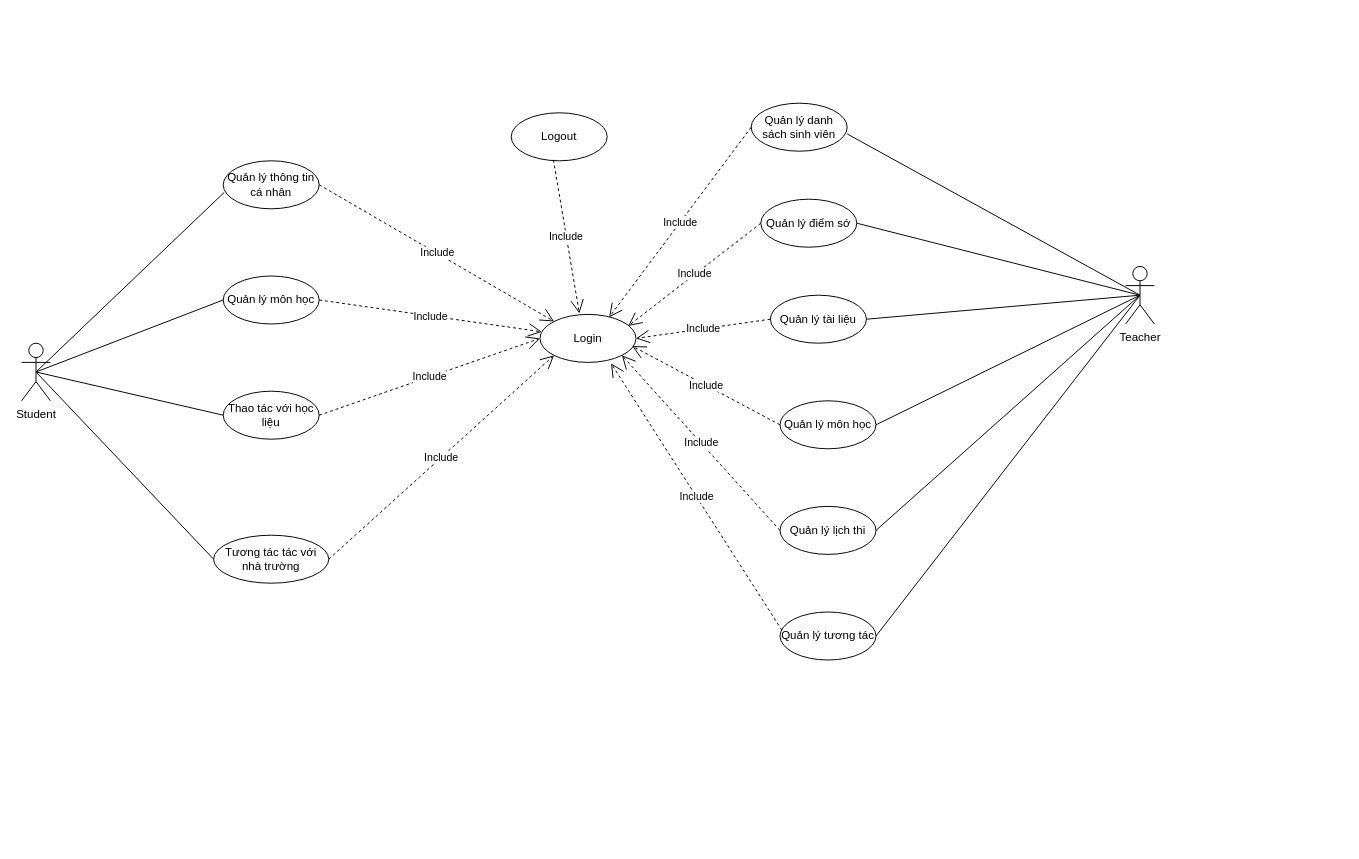
PaulNguyen02/SGULMS keeps this draw.io diagram as Usecase_total.drawio. Above is the earlier version. Source tidied: cells renumbered, new cells numbered last; positions are measured from the earlier drawing's top-left corner, leaving out a move shared by most shapes. Both pictures are drawn from the tidied source at 96%, with x=0, y=0 at pixel (21, 103).
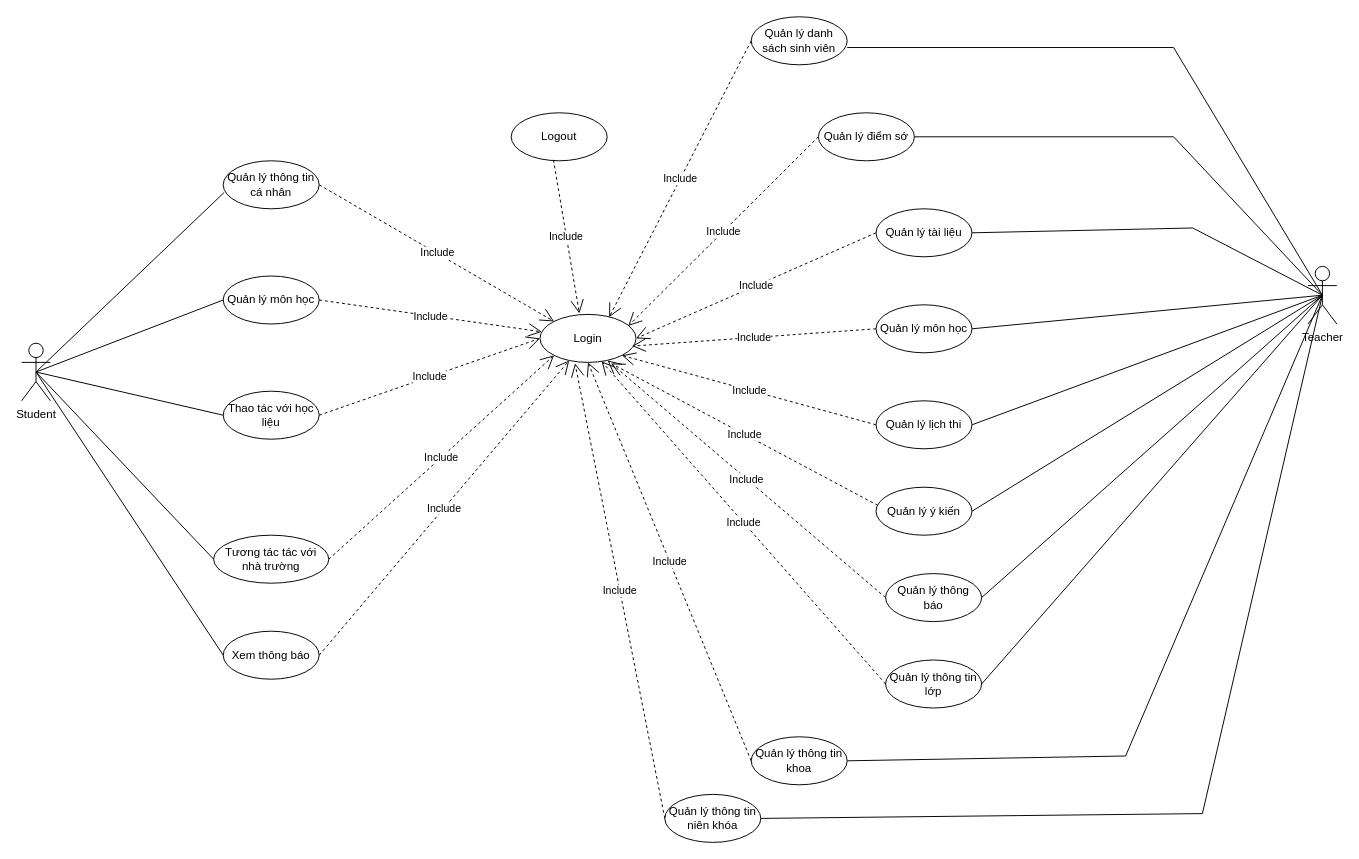
After the change.

The change refers to these unchanged cells:
```xml
<mxCell id="2" value="Student" style="shape=umlActor;verticalLabelPosition=bottom;verticalAlign=top;html=1;outlineConnect=0;" parent="1" vertex="1">
  <mxGeometry y="250" width="30" height="60" as="geometry" />
</mxCell>
<mxCell id="7" value="Login" style="ellipse;whiteSpace=wrap;html=1;" parent="1" vertex="1">
  <mxGeometry x="540" y="220" width="100" height="50" as="geometry" />
</mxCell>
```

Diff of the diagram source:
```diff
@@
     <mxCell id="3" value="Teacher" style="shape=umlActor;verticalLabelPosition=bottom;verticalAlign=top;html=1;outlineConnect=0;" parent="1" vertex="1">
-      <mxGeometry x="1150" y="170" width="30" height="60" as="geometry" />
+      <mxGeometry x="1340" y="170" width="30" height="60" as="geometry" />
     </mxCell>
@@
     <mxCell id="8" value="Quản lý danh sách sinh viên" style="ellipse;whiteSpace=wrap;html=1;" parent="1" vertex="1">
-      <mxGeometry x="760" width="100" height="50" as="geometry" />
+      <mxGeometry x="760" y="-90" width="100" height="50" as="geometry" />
     </mxCell>
     <mxCell id="9" value="Quản lý điểm sớ" style="ellipse;whiteSpace=wrap;html=1;" parent="1" vertex="1">
-      <mxGeometry x="770" y="100" width="100" height="50" as="geometry" />
+      <mxGeometry x="830" y="10" width="100" height="50" as="geometry" />
     </mxCell>
     <mxCell id="10" value="Quản lý tài liệu" style="ellipse;whiteSpace=wrap;html=1;" parent="1" vertex="1">
-      <mxGeometry x="780" y="200" width="100" height="50" as="geometry" />
+      <mxGeometry x="890" y="110" width="100" height="50" as="geometry" />
     </mxCell>
     <mxCell id="11" value="Quản lý môn học" style="ellipse;whiteSpace=wrap;html=1;" parent="1" vertex="1">
-      <mxGeometry x="790" y="310" width="100" height="50" as="geometry" />
+      <mxGeometry x="890" y="210" width="100" height="50" as="geometry" />
     </mxCell>
     <mxCell id="12" value="Quản lý lịch thi" style="ellipse;whiteSpace=wrap;html=1;" parent="1" vertex="1">
-      <mxGeometry x="790" y="420" width="100" height="50" as="geometry" />
+      <mxGeometry x="890" y="310" width="100" height="50" as="geometry" />
     </mxCell>
-    <mxCell id="13" value="Quản lý tương tác" style="ellipse;whiteSpace=wrap;html=1;" parent="1" vertex="1">
-      <mxGeometry x="790" y="530" width="100" height="50" as="geometry" />
+    <mxCell id="13" value="Quản lý ý kiến" style="ellipse;whiteSpace=wrap;html=1;" parent="1" vertex="1">
+      <mxGeometry x="890" y="400" width="100" height="50" as="geometry" />
     </mxCell>
@@
     <mxCell id="23" style="endArrow=none;html=1;rounded=0;exitX=1;exitY=0.64;exitDx=0;exitDy=0;exitPerimeter=0;entryX=0.5;entryY=0.5;entryDx=0;entryDy=0;entryPerimeter=0;" parent="1" edge="1" source="8" target="3">
-      <mxGeometry relative="1" as="geometry" />
+      <mxGeometry relative="1" as="geometry">
+        <Array as="points">
+          <mxPoint x="1200" y="-58" />
+        </Array>
+      </mxGeometry>
     </mxCell>
     <mxCell id="24" style="endArrow=none;html=1;rounded=0;exitX=1;exitY=0.5;exitDx=0;exitDy=0;entryX=0.5;entryY=0.5;entryDx=0;entryDy=0;entryPerimeter=0;" parent="1" edge="1" source="9" target="3">
-      <mxGeometry relative="1" as="geometry" />
+      <mxGeometry relative="1" as="geometry">
+        <Array as="points">
+          <mxPoint x="1200" y="35" />
+        </Array>
+      </mxGeometry>
     </mxCell>
     <mxCell id="25" style="endArrow=none;html=1;rounded=0;exitX=1;exitY=0.5;exitDx=0;exitDy=0;entryX=0.5;entryY=0.5;entryDx=0;entryDy=0;entryPerimeter=0;" parent="1" edge="1" source="10" target="3">
-      <mxGeometry relative="1" as="geometry" />
+      <mxGeometry relative="1" as="geometry">
+        <Array as="points">
+          <mxPoint x="1220" y="130" />
+        </Array>
+      </mxGeometry>
     </mxCell>
@@
+    <mxCell id="37" value="Quản lý thông báo" style="ellipse;whiteSpace=wrap;html=1;" parent="1" vertex="1">
+      <mxGeometry x="900" y="490" width="100" height="50" as="geometry" />
+    </mxCell>
+    <mxCell id="38" value="Xem thông báo" style="ellipse;whiteSpace=wrap;html=1;" parent="1" vertex="1">
+      <mxGeometry x="210" y="550" width="100" height="50" as="geometry" />
+    </mxCell>
+    <mxCell id="39" value="Quản lý thông tin lớp" style="ellipse;whiteSpace=wrap;html=1;" parent="1" vertex="1">
+      <mxGeometry x="900" y="580" width="100" height="50" as="geometry" />
+    </mxCell>
+    <mxCell id="40" value="Quản lý thông tin khoa" style="ellipse;whiteSpace=wrap;html=1;" parent="1" vertex="1">
+      <mxGeometry x="760" y="660" width="100" height="50" as="geometry" />
+    </mxCell>
+    <mxCell id="41" value="Quản lý thông tin niên khóa" style="ellipse;whiteSpace=wrap;html=1;" parent="1" vertex="1">
+      <mxGeometry x="670" y="720" width="100" height="50" as="geometry" />
+    </mxCell>
+    <mxCell id="42" value="Include" style="endArrow=open;endSize=12;dashed=1;html=1;rounded=0;exitX=0;exitY=0.5;exitDx=0;exitDy=0;entryX=0.704;entryY=0.958;entryDx=0;entryDy=0;entryPerimeter=0;" parent="1" edge="1" source="37" target="7">
+      <mxGeometry relative="1" as="geometry" />
+    </mxCell>
+    <mxCell id="43" value="Include" style="endArrow=open;endSize=12;dashed=1;html=1;rounded=0;exitX=0;exitY=0.5;exitDx=0;exitDy=0;entryX=0.642;entryY=0.978;entryDx=0;entryDy=0;entryPerimeter=0;" parent="1" edge="1" source="39" target="7">
+      <mxGeometry relative="1" as="geometry" />
+    </mxCell>
+    <mxCell id="44" value="Include" style="endArrow=open;endSize=12;dashed=1;html=1;rounded=0;exitX=0;exitY=0.5;exitDx=0;exitDy=0;entryX=0.5;entryY=1;entryDx=0;entryDy=0;" parent="1" edge="1" source="40" target="7">
+      <mxGeometry relative="1" as="geometry" />
+    </mxCell>
+    <mxCell id="45" value="Include" style="endArrow=open;endSize=12;dashed=1;html=1;rounded=0;exitX=0;exitY=0.5;exitDx=0;exitDy=0;entryX=0.365;entryY=1.019;entryDx=0;entryDy=0;entryPerimeter=0;" parent="1" edge="1" source="41" target="7">
+      <mxGeometry relative="1" as="geometry" />
+    </mxCell>
+    <mxCell id="46" style="endArrow=none;html=1;rounded=0;exitX=1;exitY=0.5;exitDx=0;exitDy=0;entryX=0.5;entryY=0.5;entryDx=0;entryDy=0;entryPerimeter=0;" parent="1" edge="1" source="37" target="3">
+      <mxGeometry relative="1" as="geometry" />
+    </mxCell>
+    <mxCell id="47" style="endArrow=none;html=1;rounded=0;exitX=1;exitY=0.5;exitDx=0;exitDy=0;entryX=0.5;entryY=0.5;entryDx=0;entryDy=0;entryPerimeter=0;" parent="1" edge="1" source="39" target="3">
+      <mxGeometry relative="1" as="geometry" />
+    </mxCell>
+    <mxCell id="48" style="endArrow=none;html=1;rounded=0;exitX=1;exitY=0.5;exitDx=0;exitDy=0;entryX=0.5;entryY=0.5;entryDx=0;entryDy=0;entryPerimeter=0;" parent="1" edge="1" source="40" target="3">
+      <mxGeometry relative="1" as="geometry">
+        <Array as="points">
+          <mxPoint x="1150" y="680" />
+        </Array>
+      </mxGeometry>
+    </mxCell>
+    <mxCell id="49" style="endArrow=none;html=1;rounded=0;exitX=1;exitY=0.5;exitDx=0;exitDy=0;entryX=0.5;entryY=0.5;entryDx=0;entryDy=0;entryPerimeter=0;" parent="1" edge="1" source="41" target="3">
+      <mxGeometry relative="1" as="geometry">
+        <Array as="points">
+          <mxPoint x="1230" y="740" />
+        </Array>
+      </mxGeometry>
+    </mxCell>
+    <mxCell id="50" style="endArrow=none;html=1;rounded=0;exitX=0.5;exitY=0.5;exitDx=0;exitDy=0;exitPerimeter=0;entryX=0;entryY=0.5;entryDx=0;entryDy=0;" parent="1" edge="1" source="2" target="38">
+      <mxGeometry relative="1" as="geometry" />
+    </mxCell>
+    <mxCell id="51" value="Include" style="endArrow=open;endSize=12;dashed=1;html=1;rounded=0;exitX=1;exitY=0.5;exitDx=0;exitDy=0;" parent="1" edge="1" source="38" target="7">
+      <mxGeometry relative="1" as="geometry" />
+    </mxCell>
```
